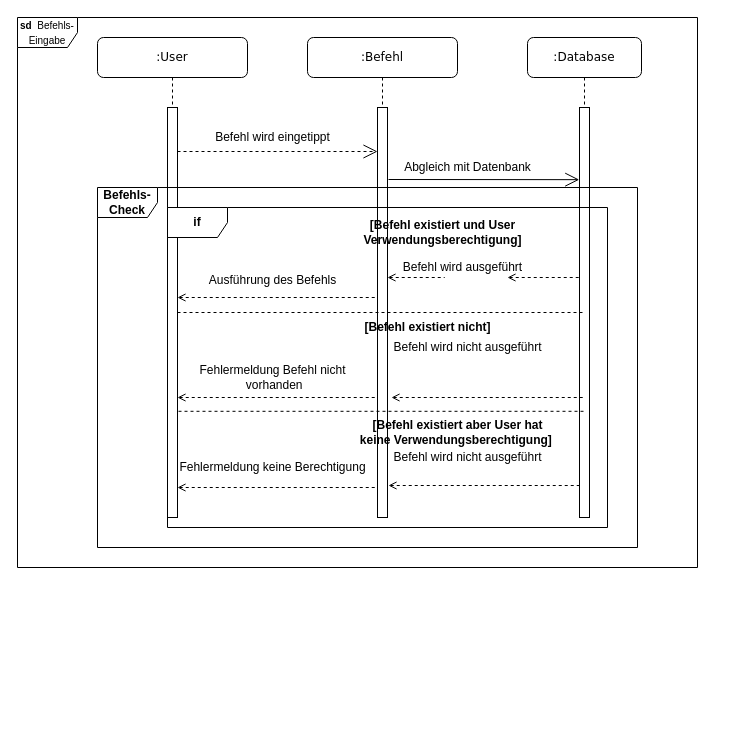
The draw.io diagram doc/UML_Diagramme/Sequenzdiagramm Spiel.drawio in QtSwabianGirl/d6, before the edit. Source tidied: cells renumbered, new cells numbered last; positions are measured from the earlier drawing's top-left corner, leaving out a move shared by most shapes. Both pictures are drawn from the tidied source at 100%, with x=0, y=0 at pixel (17, 17).
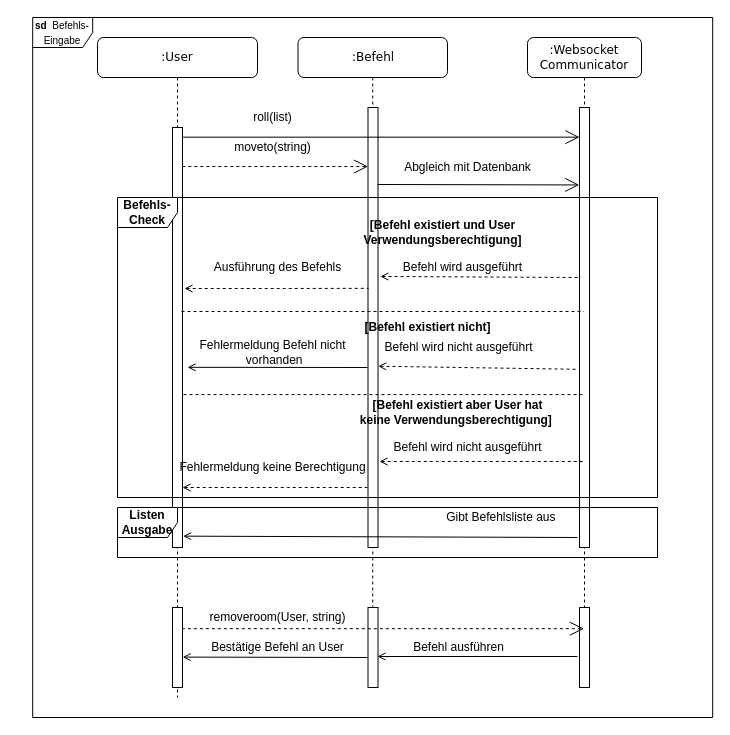
After the change.

Diff of the diagram source:
```diff
@@
     <mxCell id="2" value=":User" style="shape=umlLifeline;perimeter=lifelinePerimeter;whiteSpace=wrap;html=1;rounded=1;shadow=0;comic=0;labelBackgroundColor=none;strokeWidth=1;fontFamily=Verdana;fontSize=12;align=center;" parent="1" vertex="1">
-      <mxGeometry x="80" y="20" width="150" height="480" as="geometry" />
+      <mxGeometry x="80" y="20" width="160" height="660" as="geometry" />
     </mxCell>
     <mxCell id="3" style="html=1;points=[];perimeter=orthogonalPerimeter;rounded=0;shadow=0;comic=0;labelBackgroundColor=none;strokeWidth=1;fontFamily=Verdana;fontSize=12;align=center;" parent="2" vertex="1">
-      <mxGeometry x="70" y="70" width="10" height="410" as="geometry" />
+      <mxGeometry x="75" y="90" width="10" height="420" as="geometry" />
     </mxCell>
     <mxCell id="4" value="Ausführung des Befehls&lt;br&gt;" style="text;html=1;align=center;verticalAlign=middle;" parent="2" vertex="1">
-      <mxGeometry x="105" y="233" width="140" height="20" as="geometry" />
+      <mxGeometry x="110" y="220" width="140" height="20" as="geometry" />
     </mxCell>
+    <mxCell id="33" style="html=1;points=[];perimeter=orthogonalPerimeter;" parent="2" vertex="1">
+      <mxGeometry x="75" y="570" width="10" height="80" as="geometry" />
+    </mxCell>
     <mxCell id="5" value=":Befehl" style="shape=umlLifeline;perimeter=lifelinePerimeter;whiteSpace=wrap;html=1;rounded=1;shadow=0;comic=0;labelBackgroundColor=none;strokeWidth=1;fontFamily=Verdana;fontSize=12;align=center;" parent="1" vertex="1">
-      <mxGeometry x="290" y="20" width="150" height="480" as="geometry" />
+      <mxGeometry x="280.5" y="20" width="149.5" height="650" as="geometry" />
     </mxCell>
     <mxCell id="6" style="html=1;points=[];perimeter=orthogonalPerimeter;rounded=0;shadow=0;comic=0;labelBackgroundColor=none;strokeWidth=1;fontFamily=Verdana;fontSize=12;align=center;" parent="5" vertex="1">
-      <mxGeometry x="70" y="70" width="10" height="410" as="geometry" />
+      <mxGeometry x="70" y="70" width="10" height="440" as="geometry" />
     </mxCell>
@@
+    <mxCell id="34" style="html=1;perimeter=orthogonalPerimeter;" parent="5" vertex="1">
+      <mxGeometry x="70" y="570" width="10" height="80" as="geometry" />
+    </mxCell>
-    <mxCell id="8" value=":Database" style="shape=umlLifeline;perimeter=lifelinePerimeter;whiteSpace=wrap;html=1;outlineConnect=0;rounded=1;shadow=0;comic=0;labelBackgroundColor=none;strokeWidth=1;fontFamily=Verdana;fontSize=12;align=center;" parent="1" vertex="1">
-      <mxGeometry x="510" y="20" width="114" height="480" as="geometry" />
+    <mxCell id="8" value=":Websocket Communicator" style="shape=umlLifeline;perimeter=lifelinePerimeter;whiteSpace=wrap;html=1;outlineConnect=0;rounded=1;shadow=0;comic=0;labelBackgroundColor=none;strokeWidth=1;fontFamily=Verdana;fontSize=12;align=center;" parent="1" vertex="1">
+      <mxGeometry x="510" y="20" width="114" height="640" as="geometry" />
     </mxCell>
     <mxCell id="9" style="html=1;points=[];perimeter=orthogonalPerimeter;rounded=0;shadow=0;comic=0;labelBackgroundColor=none;strokeWidth=1;fontFamily=Verdana;fontSize=12;align=center;" parent="8" vertex="1">
-      <mxGeometry x="52" y="70" width="10" height="410" as="geometry" />
+      <mxGeometry x="52" y="70" width="10" height="440" as="geometry" />
     </mxCell>
+    <mxCell id="35" style="html=1;perimeter=orthogonalPerimeter;" parent="8" vertex="1">
+      <mxGeometry x="52" y="570" width="10" height="80" as="geometry" />
+    </mxCell>
-    <mxCell id="10" style="endArrow=open;endSize=12;dashed=1;html=1;" parent="1" edge="1">
-      <mxGeometry relative="1" as="geometry">
-        <mxPoint x="160" y="134" as="sourcePoint" />
-        <mxPoint x="360" y="134" as="targetPoint" />
-      </mxGeometry>
+    <mxCell id="10" style="endArrow=open;endSize=12;dashed=1;html=1;exitX=0.98;exitY=0.093;exitDx=0;exitDy=0;exitPerimeter=0;" parent="1" edge="1" source="3" target="6">
+      <mxGeometry relative="1" as="geometry" />
     </mxCell>
-    <mxCell id="11" value="Befehl wird eingetippt" style="text;html=1;align=center;verticalAlign=middle;" parent="1" vertex="1">
-      <mxGeometry x="190" y="110" width="130" height="20" as="geometry" />
+    <mxCell id="11" value="moveto(string)" style="text;html=1;align=center;verticalAlign=middle;" parent="1" vertex="1">
+      <mxGeometry x="210" y="120" width="90" height="20" as="geometry" />
     </mxCell>
     <mxCell id="12" value="&lt;b&gt;[Befehl existiert aber User hat&lt;br&gt;keine Verwendungsberechtigung]&amp;nbsp;&lt;/b&gt;" style="text;html=1;align=center;verticalAlign=middle;" parent="1" vertex="1">
-      <mxGeometry x="335" y="400" width="210" height="30" as="geometry" />
+      <mxGeometry x="335" y="380" width="210" height="30" as="geometry" />
     </mxCell>
@@
     <mxCell id="16" value="Befehl wird nicht ausgeführt&lt;br&gt;" style="text;html=1;align=center;verticalAlign=middle;" parent="1" vertex="1">
-      <mxGeometry x="370" y="430" width="160" height="20" as="geometry" />
+      <mxGeometry x="370" y="420" width="160" height="20" as="geometry" />
     </mxCell>
     <mxCell id="17" style="endArrow=open;endFill=1;endSize=12;html=1;entryX=-0.023;entryY=0.176;entryDx=0;entryDy=0;entryPerimeter=0;" parent="1" edge="1" target="9">
       <mxGeometry relative="1" as="geometry">
-        <mxPoint x="371" y="162" as="sourcePoint" />
+        <mxPoint x="360" y="167" as="sourcePoint" />
       </mxGeometry>
     </mxCell>
-    <mxCell id="18" style="endArrow=none;endFill=0;endSize=12;html=1;dashed=1;startArrow=open;startFill=0;" parent="1" edge="1" source="3">
+    <mxCell id="18" style="endArrow=none;endFill=0;endSize=12;html=1;dashed=1;startArrow=open;startFill=0;entryX=0.05;entryY=0.411;entryDx=0;entryDy=0;entryPerimeter=0;" parent="1" edge="1" target="6">
       <mxGeometry relative="1" as="geometry">
-        <mxPoint x="360" y="280" as="targetPoint" />
+        <mxPoint x="167" y="271" as="sourcePoint" />
         <Array as="points">
-          <mxPoint x="240" y="280" />
+          <mxPoint x="260" y="271" />
         </Array>
       </mxGeometry>
     </mxCell>
-    <mxCell id="19" style="endArrow=none;endFill=0;endSize=12;html=1;startArrow=open;startFill=0;dashed=1;" parent="1" edge="1" source="28">
-      <mxGeometry relative="1" as="geometry">
-        <mxPoint x="562" y="260" as="targetPoint" />
-        <Array as="points">
-          <mxPoint x="490" y="260" />
-        </Array>
-      </mxGeometry>
-    </mxCell>
-    <mxCell id="20" style="endArrow=none;endFill=0;endSize=12;html=1;dashed=1;startArrow=open;startFill=0;" parent="1" edge="1" source="3" target="6">
-      <mxGeometry relative="1" as="geometry">
-        <Array as="points">
-          <mxPoint x="200" y="380" />
-        </Array>
-      </mxGeometry>
-    </mxCell>
-    <mxCell id="21" style="endArrow=none;endFill=0;endSize=12;html=1;dashed=1;startArrow=open;startFill=0;entryX=-0.023;entryY=0.922;entryDx=0;entryDy=0;entryPerimeter=0;" parent="1" edge="1" target="9">
+    <mxCell id="21" style="endArrow=none;endFill=0;endSize=12;html=1;dashed=1;startArrow=open;startFill=0;" parent="1" edge="1" target="8">
       <mxGeometry relative="1" as="geometry">
-        <mxPoint x="371" y="468" as="sourcePoint" />
+        <mxPoint x="362" y="444" as="sourcePoint" />
+        <Array as="points">
+          <mxPoint x="430" y="444" />
+        </Array>
       </mxGeometry>
     </mxCell>
     <mxCell id="22" style="endArrow=none;endFill=0;endSize=12;html=1;dashed=1;startArrow=open;startFill=0;" parent="1" edge="1" source="3">
       <mxGeometry relative="1" as="geometry">
-        <mxPoint x="360" y="470" as="targetPoint" />
+        <mxPoint x="350" y="470" as="targetPoint" />
         <Array as="points">
           <mxPoint x="280" y="470" />
         </Array>
       </mxGeometry>
     </mxCell>
-    <mxCell id="23" style="endArrow=none;endFill=0;endSize=12;html=1;startArrow=open;startFill=0;dashed=1;" parent="1" edge="1" target="8">
-      <mxGeometry relative="1" as="geometry">
-        <mxPoint x="374" y="380" as="sourcePoint" />
-        <Array as="points">
-          <mxPoint x="520" y="380" />
-        </Array>
-      </mxGeometry>
+    <mxCell id="23" style="endArrow=none;endFill=0;endSize=12;html=1;startArrow=open;startFill=0;dashed=1;entryX=-0.2;entryY=0.595;entryDx=0;entryDy=0;entryPerimeter=0;exitX=1.03;exitY=0.588;exitDx=0;exitDy=0;exitPerimeter=0;" parent="1" edge="1" source="6" target="9">
+      <mxGeometry relative="1" as="geometry" />
     </mxCell>
     <mxCell id="24" value="Fehlermeldung Befehl nicht&lt;br&gt;&amp;nbsp;vorhanden" style="text;html=1;align=center;verticalAlign=middle;" parent="1" vertex="1">
-      <mxGeometry x="175" y="345" width="160" height="30" as="geometry" />
+      <mxGeometry x="175" y="320" width="160" height="30" as="geometry" />
     </mxCell>
@@
-    <mxCell id="26" style="endArrow=none;dashed=1;html=1;" parent="1" edge="1" source="3" target="8">
+    <mxCell id="26" style="endArrow=none;dashed=1;html=1;exitX=0.9;exitY=0.438;exitDx=0;exitDy=0;exitPerimeter=0;" parent="1" edge="1" source="3" target="8">
       <mxGeometry relative="1" as="geometry" />
     </mxCell>
+    <mxCell id="28" value="Befehl wird ausgeführt" style="text;html=1;align=center;verticalAlign=middle;points=[];" parent="1" vertex="1">
+      <mxGeometry x="380" y="240" width="130" height="20" as="geometry" />
+    </mxCell>
+    <mxCell id="32" value="&lt;font style=&quot;font-size: 10px&quot;&gt;&lt;b&gt;sd &amp;nbsp;&lt;/b&gt;Befehls-&lt;br&gt;Eingabe&lt;/font&gt;" style="shape=umlFrame;whiteSpace=wrap;html=1;" parent="1" vertex="1">
+      <mxGeometry x="15.2" width="680" height="700" as="geometry" />
+    </mxCell>
+    <mxCell id="36" style="endArrow=none;endSize=12;dashed=1;html=1;startArrow=open;startFill=0;endFill=0;exitX=1.23;exitY=0.384;exitDx=0;exitDy=0;exitPerimeter=0;" parent="1" edge="1" source="6">
+      <mxGeometry relative="1" as="geometry">
+        <mxPoint x="560" y="260" as="targetPoint" />
+      </mxGeometry>
+    </mxCell>
-    <mxCell id="27" style="endArrow=none;dashed=1;html=1;exitX=1.1;exitY=0.741;exitDx=0;exitDy=0;exitPerimeter=0;" parent="1" edge="1" source="3" target="8">
+    <mxCell id="27" style="endArrow=none;dashed=1;html=1;exitX=1.1;exitY=0.636;exitDx=0;exitDy=0;exitPerimeter=0;" parent="1" edge="1" source="3" target="8">
       <mxGeometry relative="1" as="geometry" />
     </mxCell>
-    <mxCell id="28" value="Befehl wird ausgeführt" style="text;html=1;align=center;verticalAlign=middle;points=[];" parent="1" vertex="1">
-      <mxGeometry x="380" y="240" width="130" height="20" as="geometry" />
-    </mxCell>
-    <mxCell id="29" style="endArrow=none;endFill=0;endSize=12;html=1;startArrow=open;startFill=0;dashed=1;" parent="1" edge="1" source="6" target="28">
-      <mxGeometry relative="1" as="geometry" />
-    </mxCell>
-    <mxCell id="30" value="&lt;b&gt;if&lt;br&gt;&lt;/b&gt;" style="shape=umlFrame;whiteSpace=wrap;html=1;" parent="1" vertex="1">
-      <mxGeometry x="150" y="190" width="440" height="320" as="geometry" />
-    </mxCell>
     <mxCell id="31" value="&lt;b&gt;Befehls-&lt;br&gt;Check&lt;br&gt;&lt;/b&gt;" style="shape=umlFrame;whiteSpace=wrap;html=1;" parent="1" vertex="1">
-      <mxGeometry x="80" y="170" width="540" height="360" as="geometry" />
+      <mxGeometry x="100" y="180" width="540" height="300" as="geometry" />
     </mxCell>
-    <mxCell id="32" value="&lt;font style=&quot;font-size: 10px&quot;&gt;&lt;b&gt;sd &amp;nbsp;&lt;/b&gt;Befehls-&lt;br&gt;Eingabe&lt;/font&gt;" style="shape=umlFrame;whiteSpace=wrap;html=1;" parent="1" vertex="1">
-      <mxGeometry width="680" height="550" as="geometry" />
-    </mxCell>
+    <mxCell id="37" value="roll(list)" style="text;html=1;align=center;verticalAlign=middle;" parent="1" vertex="1">
+      <mxGeometry x="230" y="90" width="50" height="20" as="geometry" />
+    </mxCell>
+    <mxCell id="38" style="endArrow=open;endFill=1;endSize=12;html=1;dashed=1;exitX=0.94;exitY=0.265;exitDx=0;exitDy=0;exitPerimeter=0;" parent="1" edge="1" source="33" target="8">
+      <mxGeometry relative="1" as="geometry" />
+    </mxCell>
+    <mxCell id="39" style="endArrow=none;endFill=0;endSize=12;html=1;startArrow=open;startFill=0;" parent="1" edge="1">
+      <mxGeometry relative="1" as="geometry">
+        <mxPoint x="360" y="639" as="sourcePoint" />
+        <mxPoint x="560" y="639" as="targetPoint" />
+      </mxGeometry>
+    </mxCell>
+    <mxCell id="40" style="endArrow=none;endFill=0;endSize=12;html=1;startArrow=open;startFill=0;exitX=1.5;exitY=0.571;exitDx=0;exitDy=0;exitPerimeter=0;" parent="1" edge="1" source="3">
+      <mxGeometry relative="1" as="geometry">
+        <mxPoint x="350" y="350" as="targetPoint" />
+      </mxGeometry>
+    </mxCell>
+    <mxCell id="41" value="Bestätige Befehl an User" style="text;html=1;align=center;verticalAlign=middle;" parent="1" vertex="1">
+      <mxGeometry x="185" y="620" width="150" height="20" as="geometry" />
+    </mxCell>
+    <mxCell id="42" value="removeroom(User, string)" style="text;html=1;align=center;verticalAlign=middle;" parent="1" vertex="1">
+      <mxGeometry x="185" y="590" width="150" height="20" as="geometry" />
+    </mxCell>
+    <mxCell id="43" value="Befehl ausführen" style="text;html=1;align=center;verticalAlign=middle;" parent="1" vertex="1">
+      <mxGeometry x="385.5" y="620" width="110" height="20" as="geometry" />
+    </mxCell>
+    <mxCell id="44" style="endArrow=none;endFill=0;endSize=12;html=1;startArrow=open;startFill=0;exitX=1.02;exitY=0.62;exitDx=0;exitDy=0;exitPerimeter=0;" parent="1" edge="1" source="33">
+      <mxGeometry relative="1" as="geometry">
+        <mxPoint x="350" y="640" as="targetPoint" />
+      </mxGeometry>
+    </mxCell>
+    <mxCell id="45" value="Gibt Befehlsliste aus&amp;nbsp;" style="text;html=1;align=center;verticalAlign=middle;" parent="1" vertex="1">
+      <mxGeometry x="420" y="490" width="130" height="20" as="geometry" />
+    </mxCell>
+    <mxCell id="46" style="endArrow=open;endFill=1;endSize=12;html=1;exitX=1.06;exitY=0.023;exitDx=0;exitDy=0;exitPerimeter=0;" parent="1" edge="1" source="3" target="9">
+      <mxGeometry relative="1" as="geometry" />
+    </mxCell>
+    <mxCell id="47" style="endArrow=none;endFill=0;endSize=12;html=1;startArrow=open;startFill=0;exitX=1.06;exitY=0.973;exitDx=0;exitDy=0;exitPerimeter=0;" parent="1" edge="1" source="3">
+      <mxGeometry relative="1" as="geometry">
+        <mxPoint x="560" y="520" as="targetPoint" />
+      </mxGeometry>
+    </mxCell>
+    <mxCell id="48" value="&lt;b&gt;Listen&lt;br&gt;Ausgabe&lt;br&gt;&lt;/b&gt;" style="shape=umlFrame;whiteSpace=wrap;html=1;" parent="1" vertex="1">
+      <mxGeometry x="100" y="490" width="540" height="50" as="geometry" />
+    </mxCell>
```
